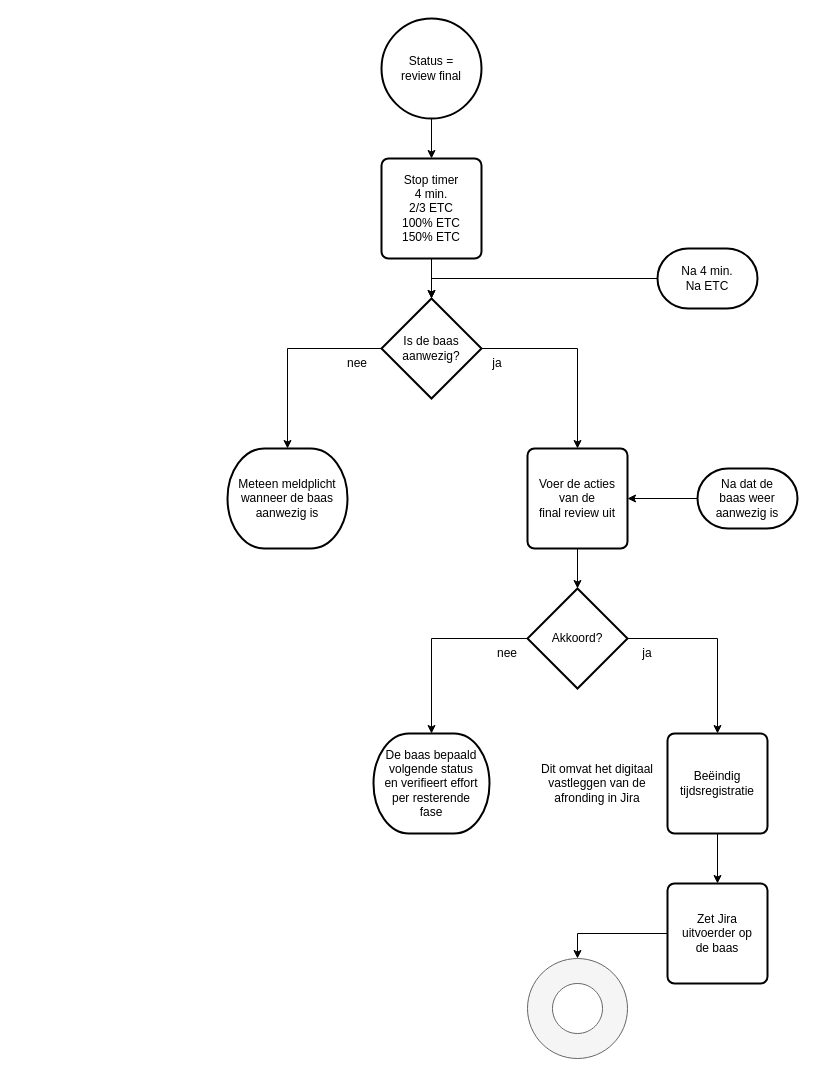
Before: 10 Issue Tracker review final.drawio in Zaibatsu89/IssueTracker, a draw.io diagram. Source tidied: cells renumbered, new cells numbered last; positions are measured from the earlier drawing's top-left corner, leaving out a move shared by most shapes. Both pictures are drawn from the tidied source at 100%, with x=0, y=0 at pixel (227, 18).
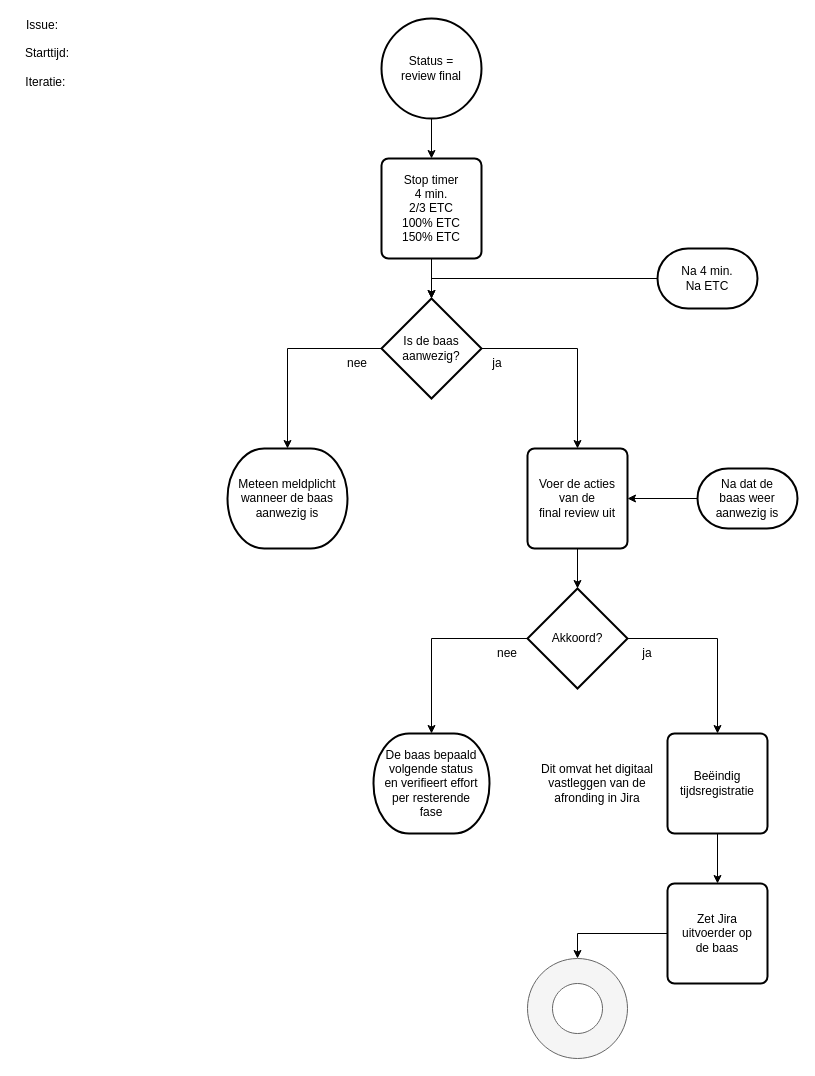
Above is the later version.

Commit message (it also covers changes not shown here):
issue, starttijd en iteratie in flowcharts

Change to the diagram source:
```diff
@@
+    <mxCell id="30" value="Issue:&amp;nbsp; &amp;nbsp;&lt;br&gt;&lt;br&gt;Starttijd:&lt;br&gt;&lt;br&gt;Iteratie:&amp;nbsp;" style="text;html=1;align=center;verticalAlign=middle;whiteSpace=wrap;rounded=0;" parent="1" vertex="1">
+      <mxGeometry x="-210" y="20" width="60" height="30" as="geometry" />
+    </mxCell>
```
